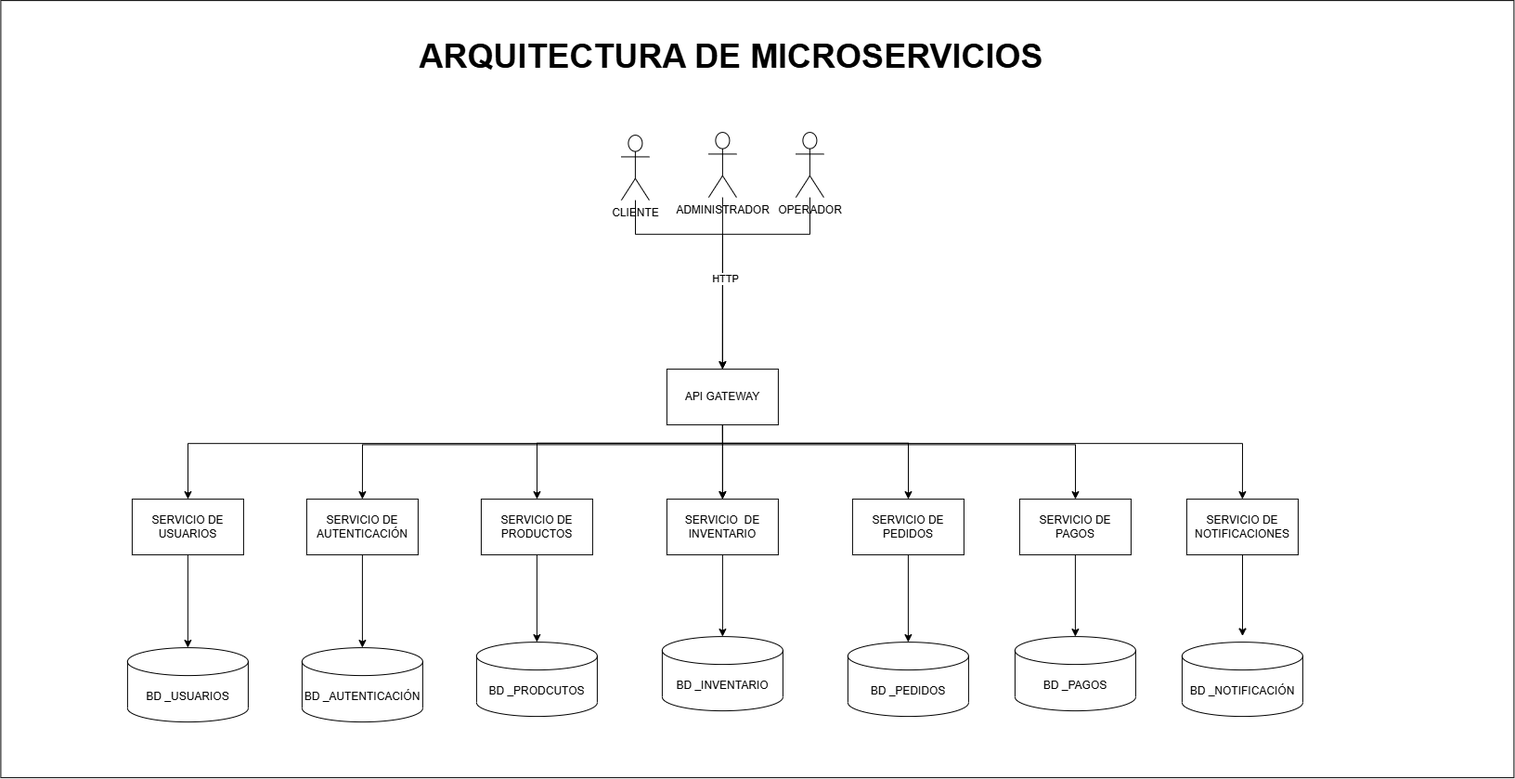
This is docs/arquitectura/Arquitectura Pizzeria Express.drawio.png from AdielEspinosa/proyecto_ecommerce, a draw.io export, as it was before one commit. Source tidied: cells renumbered, new cells last; positions are measured from the earlier drawing's top-left corner, leaving out a move shared by most shapes.
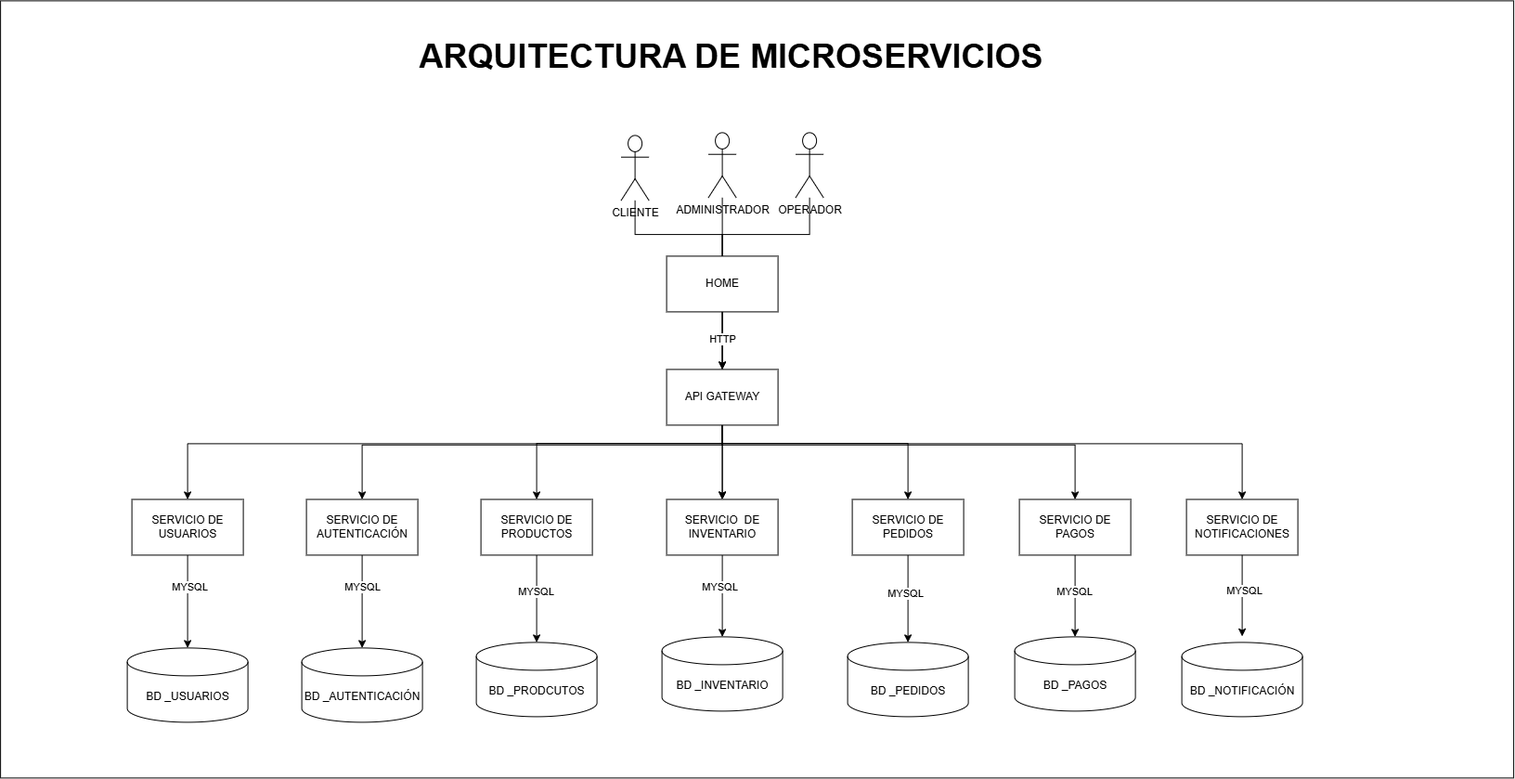
After the change.

Commit message:
Se actualiza arquitectura

Se actualiza la arquitectura de microservicios

What changed in the source:
```diff
@@ -19,18 +19,33 @@
     <mxCell id="5" style="edgeStyle=orthogonalEdgeStyle;rounded=0;jettySize=auto;html=1;entryX=0.5;entryY=0;entryDx=0;entryDy=0;entryPerimeter=0;" parent="1" edge="1" source="6" target="37">
       <mxGeometry relative="1" as="geometry" />
     </mxCell>
+    <mxCell id="41" value="MYSQL" style="edgeLabel;html=1;align=center;verticalAlign=middle;" parent="5" vertex="1">
+      <mxGeometry x="-0.22" y="-3" relative="1" as="geometry">
+        <mxPoint y="-1" as="offset" />
+      </mxGeometry>
+    </mxCell>
     <mxCell id="6" value="SERVICIO&amp;nbsp; DE INVENTARIO" style="rounded=0;whiteSpace=wrap;html=1;" parent="1" vertex="1">
       <mxGeometry x="718" y="537" width="120" height="60" as="geometry" />
     </mxCell>
     <mxCell id="7" style="edgeStyle=orthogonalEdgeStyle;rounded=0;jettySize=auto;html=1;entryX=0.5;entryY=0;entryDx=0;entryDy=0;entryPerimeter=0;" parent="1" edge="1" source="8" target="38">
       <mxGeometry relative="1" as="geometry" />
     </mxCell>
+    <mxCell id="42" value="MYSQL" style="edgeLabel;html=1;align=center;verticalAlign=middle;" parent="7" vertex="1">
+      <mxGeometry x="-0.13" y="-3" relative="1" as="geometry">
+        <mxPoint y="-1" as="offset" />
+      </mxGeometry>
+    </mxCell>
     <mxCell id="8" value="SERVICIO DE PEDIDOS" style="rounded=0;whiteSpace=wrap;html=1;" parent="1" vertex="1">
       <mxGeometry x="918" y="537" width="120" height="60" as="geometry" />
     </mxCell>
     <mxCell id="9" style="edgeStyle=orthogonalEdgeStyle;rounded=0;jettySize=auto;html=1;entryX=0.5;entryY=0;entryDx=0;entryDy=0;entryPerimeter=0;" parent="1" edge="1" source="10" target="36">
       <mxGeometry relative="1" as="geometry" />
     </mxCell>
+    <mxCell id="43" value="MYSQL" style="edgeLabel;html=1;align=center;verticalAlign=middle;" parent="9" vertex="1">
+      <mxGeometry x="-0.16" y="-1" relative="1" as="geometry">
+        <mxPoint y="-1" as="offset" />
+      </mxGeometry>
+    </mxCell>
     <mxCell id="10" value="SERVICIO DE PRODUCTOS" style="rounded=0;whiteSpace=wrap;html=1;" parent="1" vertex="1">
       <mxGeometry x="518" y="537" width="120" height="60" as="geometry" />
     </mxCell>
@@ -91,12 +106,22 @@
     <mxCell id="21" style="edgeStyle=orthogonalEdgeStyle;rounded=0;jettySize=auto;html=1;" parent="1" edge="1" source="22" target="35">
       <mxGeometry relative="1" as="geometry" />
     </mxCell>
+    <mxCell id="44" value="MYSQL" style="edgeLabel;html=1;align=center;verticalAlign=middle;" parent="21" vertex="1">
+      <mxGeometry x="-0.31" relative="1" as="geometry">
+        <mxPoint y="-1" as="offset" />
+      </mxGeometry>
+    </mxCell>
     <mxCell id="22" value="SERVICIO DE AUTENTICACIÓN" style="rounded=0;whiteSpace=wrap;html=1;" parent="1" vertex="1">
       <mxGeometry x="330" y="537" width="120" height="60" as="geometry" />
     </mxCell>
     <mxCell id="23" style="edgeStyle=orthogonalEdgeStyle;rounded=0;jettySize=auto;html=1;" parent="1" edge="1" source="24" target="39">
       <mxGeometry relative="1" as="geometry" />
     </mxCell>
+    <mxCell id="45" value="MYSQL" style="edgeLabel;html=1;align=center;verticalAlign=middle;" parent="23" vertex="1">
+      <mxGeometry x="-0.11" y="-1" relative="1" as="geometry">
+        <mxPoint y="-1" as="offset" />
+      </mxGeometry>
+    </mxCell>
     <mxCell id="24" value="SERVICIO DE PAGOS" style="rounded=0;whiteSpace=wrap;html=1;" parent="1" vertex="1">
       <mxGeometry x="1098" y="537" width="120" height="60" as="geometry" />
     </mxCell>
@@ -106,6 +131,11 @@
     <mxCell id="26" style="edgeStyle=orthogonalEdgeStyle;rounded=0;jettySize=auto;html=1;" parent="1" edge="1" source="27" target="34">
       <mxGeometry relative="1" as="geometry" />
     </mxCell>
+    <mxCell id="46" value="MYSQL" style="edgeLabel;html=1;align=center;verticalAlign=middle;" parent="26" vertex="1">
+      <mxGeometry x="-0.31" y="2" relative="1" as="geometry">
+        <mxPoint y="-1" as="offset" />
+      </mxGeometry>
+    </mxCell>
     <mxCell id="27" value="SERVICIO DE USUARIOS" style="rounded=0;whiteSpace=wrap;html=1;" parent="1" vertex="1">
       <mxGeometry x="142" y="537" width="120" height="60" as="geometry" />
     </mxCell>
@@ -117,6 +147,11 @@
         </Array>
       </mxGeometry>
     </mxCell>
+    <mxCell id="47" value="MYSQL" style="edgeLabel;html=1;align=center;verticalAlign=middle;" parent="28" vertex="1">
+      <mxGeometry x="-0.14" y="2" relative="1" as="geometry">
+        <mxPoint y="-1" as="offset" />
+      </mxGeometry>
+    </mxCell>
     <mxCell id="29" style="edgeStyle=orthogonalEdgeStyle;rounded=0;jettySize=auto;html=1;entryX=0.5;entryY=0;entryDx=0;entryDy=0;" parent="1" edge="1" source="31" target="19">
       <mxGeometry relative="1" as="geometry">
         <Array as="points">
@@ -126,7 +161,9 @@
       </mxGeometry>
     </mxCell>
     <mxCell id="30" value="HTTP" style="edgeLabel;html=1;align=center;verticalAlign=middle;" parent="29" vertex="1">
-      <mxGeometry x="0.29" y="2" relative="1" as="geometry" />
+      <mxGeometry x="0.29" y="2" relative="1" as="geometry">
+        <mxPoint x="-2" y="64" as="offset" />
+      </mxGeometry>
     </mxCell>
     <mxCell id="31" value="CLIENTE" style="shape=umlActor;verticalLabelPosition=bottom;verticalAlign=top;html=1;outlineConnect=0;" parent="1" vertex="1">
       <mxGeometry x="669" y="145" width="30" height="70" as="geometry" />
@@ -158,5 +195,8 @@
     <mxCell id="40" value="BD _NOTIFICACIÓN" style="shape=cylinder3;whiteSpace=wrap;html=1;boundedLbl=1;backgroundOutline=1;size=15;" parent="1" vertex="1">
       <mxGeometry x="1273" y="691" width="130" height="80" as="geometry" />
     </mxCell>
+    <mxCell id="48" value="HOME" style="rounded=0;whiteSpace=wrap;html=1;" parent="1" vertex="1">
+      <mxGeometry x="718" y="275" width="120" height="60" as="geometry" />
+    </mxCell>
   </root>
 </mxGraphModel>
```
